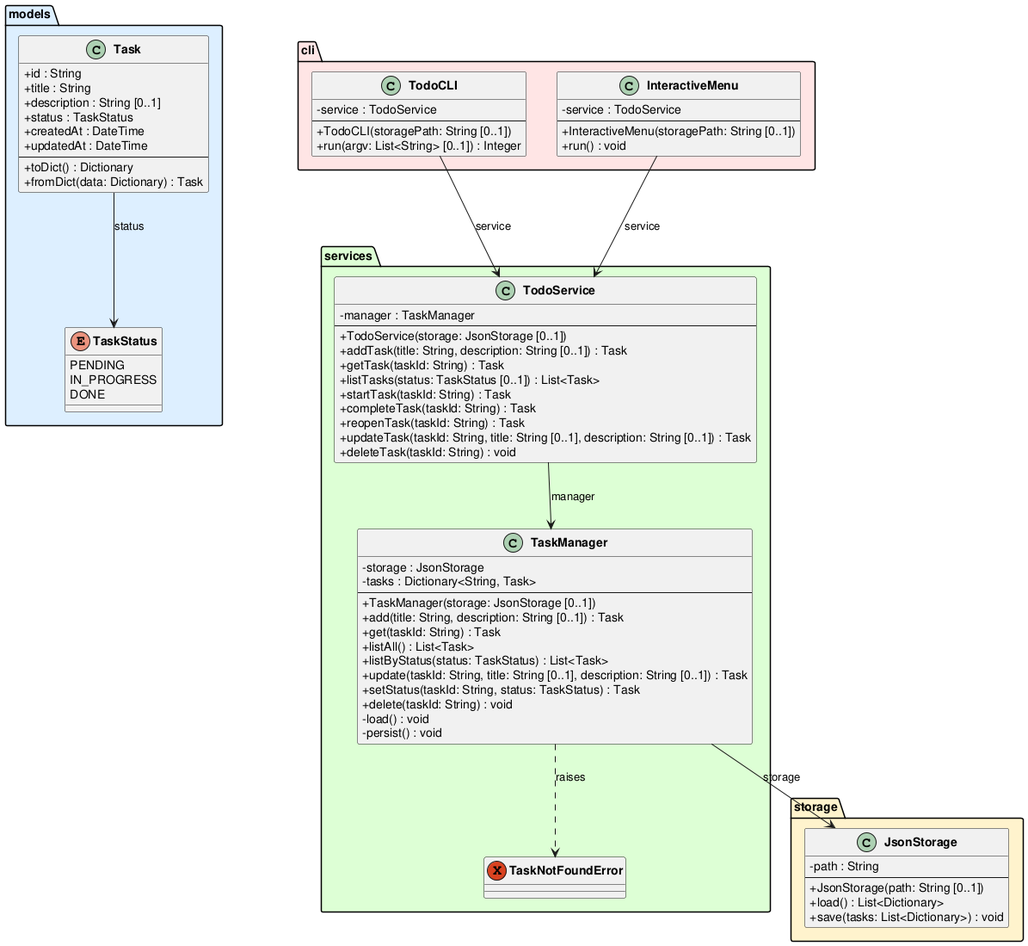
DanielRiha8906/Software_autoevolution_using_agents keeps this PlantUML diagram as experiments/pipeline/structured_text/TODO/artifacts/class_diagram.png. Above is the earlier version. Its diagram source:
```plantuml
@startuml class_diagram

skinparam classAttributeIconSize 0
skinparam classFontStyle bold

package "models" #DDEEFF {
    enum TaskStatus {
        PENDING
        IN_PROGRESS
        DONE
    }

    class Task {
        +id : String
        +title : String
        +description : String [0..1]
        +status : TaskStatus
        +createdAt : DateTime
        +updatedAt : DateTime
        --
        +toDict() : Dictionary
        +fromDict(data: Dictionary) : Task
    }
}

package "storage" #FFF3CC {
    class JsonStorage {
        -path : String
        --
        +JsonStorage(path: String [0..1])
        +load() : List<Dictionary>
        +save(tasks: List<Dictionary>) : void
    }
}

package "services" #DDFFD4 {
    exception TaskNotFoundError

    class TaskManager {
        -storage : JsonStorage
        -tasks : Dictionary<String, Task>
        --
        +TaskManager(storage: JsonStorage [0..1])
        +add(title: String, description: String [0..1]) : Task
        +get(taskId: String) : Task
        +listAll() : List<Task>
        +listByStatus(status: TaskStatus) : List<Task>
        +update(taskId: String, title: String [0..1], description: String [0..1]) : Task
        +setStatus(taskId: String, status: TaskStatus) : Task
        +delete(taskId: String) : void
        -load() : void
        -persist() : void
    }

    class TodoService {
        -manager : TaskManager
        --
        +TodoService(storage: JsonStorage [0..1])
        +addTask(title: String, description: String [0..1]) : Task
        +getTask(taskId: String) : Task
        +listTasks(status: TaskStatus [0..1]) : List<Task>
        +startTask(taskId: String) : Task
        +completeTask(taskId: String) : Task
        +reopenTask(taskId: String) : Task
        +updateTask(taskId: String, title: String [0..1], description: String [0..1]) : Task
        +deleteTask(taskId: String) : void
    }
}

package "cli" #FFE5E5 {
    class TodoCLI {
        -service : TodoService
        --
        +TodoCLI(storagePath: String [0..1])
        +run(argv: List<String> [0..1]) : Integer
    }

    class InteractiveMenu {
        -service : TodoService
        --
        +InteractiveMenu(storagePath: String [0..1])
        +run() : void
    }
}

Task --> TaskStatus : status
TaskManager --> JsonStorage : storage
TaskManager ..> TaskNotFoundError : raises
TodoService --> TaskManager : manager
TodoCLI --> TodoService : service
InteractiveMenu --> TodoService : service

@enduml
```
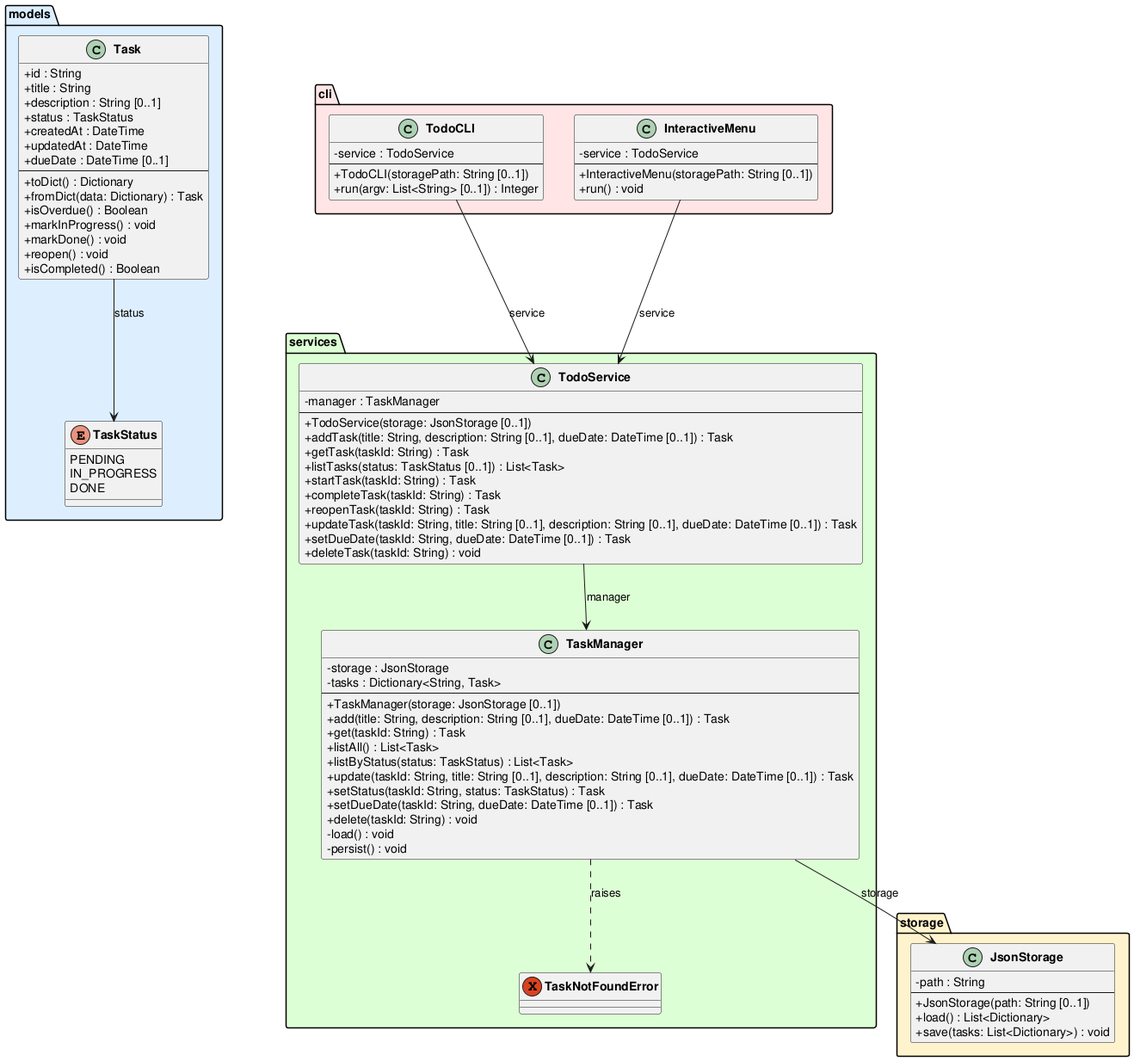
After the change.

Change to the diagram source:
```diff
@@ -17,9 +17,15 @@
         +status : TaskStatus
         +createdAt : DateTime
         +updatedAt : DateTime
+        +dueDate : DateTime [0..1]
         --
         +toDict() : Dictionary
         +fromDict(data: Dictionary) : Task
+        +isOverdue() : Boolean
+        +markInProgress() : void
+        +markDone() : void
+        +reopen() : void
+        +isCompleted() : Boolean
     }
 }
 
@@ -41,12 +47,13 @@
         -tasks : Dictionary<String, Task>
         --
         +TaskManager(storage: JsonStorage [0..1])
-        +add(title: String, description: String [0..1]) : Task
+        +add(title: String, description: String [0..1], dueDate: DateTime [0..1]) : Task
         +get(taskId: String) : Task
         +listAll() : List<Task>
         +listByStatus(status: TaskStatus) : List<Task>
-        +update(taskId: String, title: String [0..1], description: String [0..1]) : Task
+        +update(taskId: String, title: String [0..1], description: String [0..1], dueDate: DateTime [0..1]) : Task
         +setStatus(taskId: String, status: TaskStatus) : Task
+        +setDueDate(taskId: String, dueDate: DateTime [0..1]) : Task
         +delete(taskId: String) : void
         -load() : void
         -persist() : void
@@ -56,13 +63,14 @@
         -manager : TaskManager
         --
         +TodoService(storage: JsonStorage [0..1])
-        +addTask(title: String, description: String [0..1]) : Task
+        +addTask(title: String, description: String [0..1], dueDate: DateTime [0..1]) : Task
         +getTask(taskId: String) : Task
         +listTasks(status: TaskStatus [0..1]) : List<Task>
         +startTask(taskId: String) : Task
         +completeTask(taskId: String) : Task
         +reopenTask(taskId: String) : Task
-        +updateTask(taskId: String, title: String [0..1], description: String [0..1]) : Task
+        +updateTask(taskId: String, title: String [0..1], description: String [0..1], dueDate: DateTime [0..1]) : Task
+        +setDueDate(taskId: String, dueDate: DateTime [0..1]) : Task
         +deleteTask(taskId: String) : void
     }
 }
```
